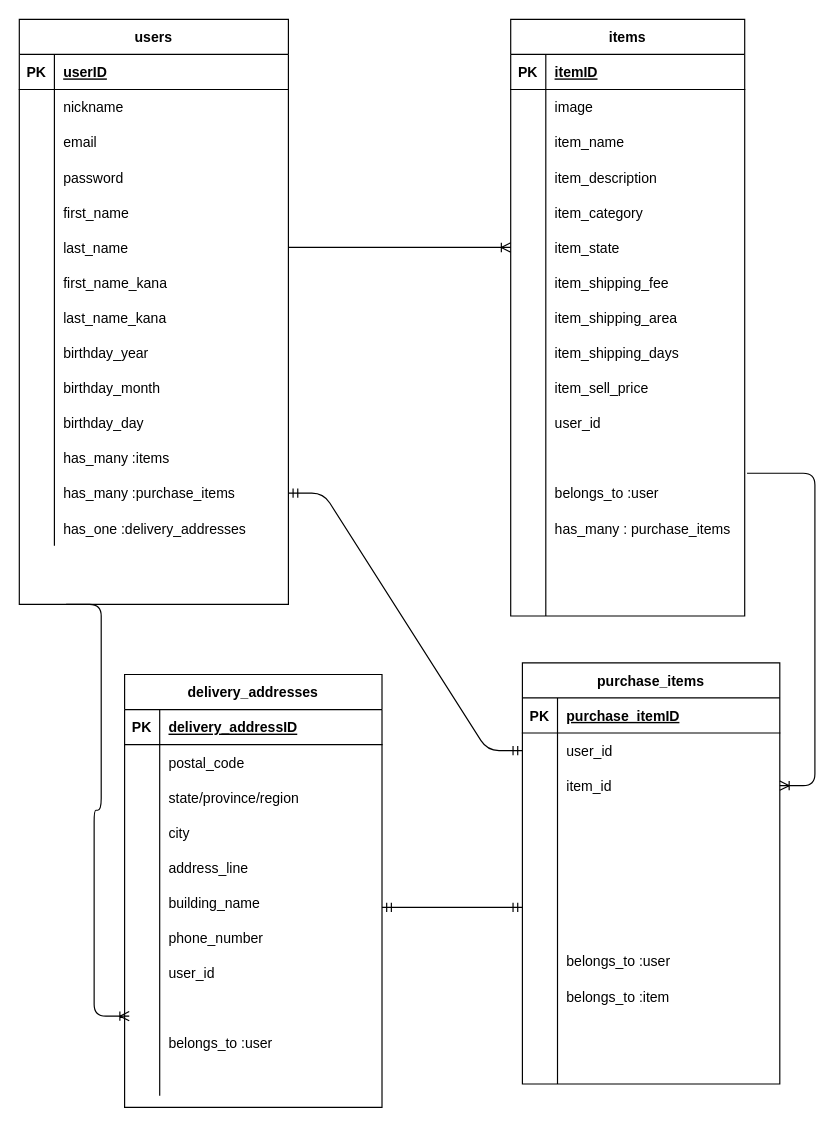
Above: er.dio in daimanabu/furima-32977 (draw.io), before the change. Source tidied: cells renumbered, new cells numbered last; positions are measured from the earlier drawing's top-left corner, leaving out a move shared by most shapes. Both pictures are drawn from the tidied source at 117%, with x=0, y=0 at pixel (19, 19).
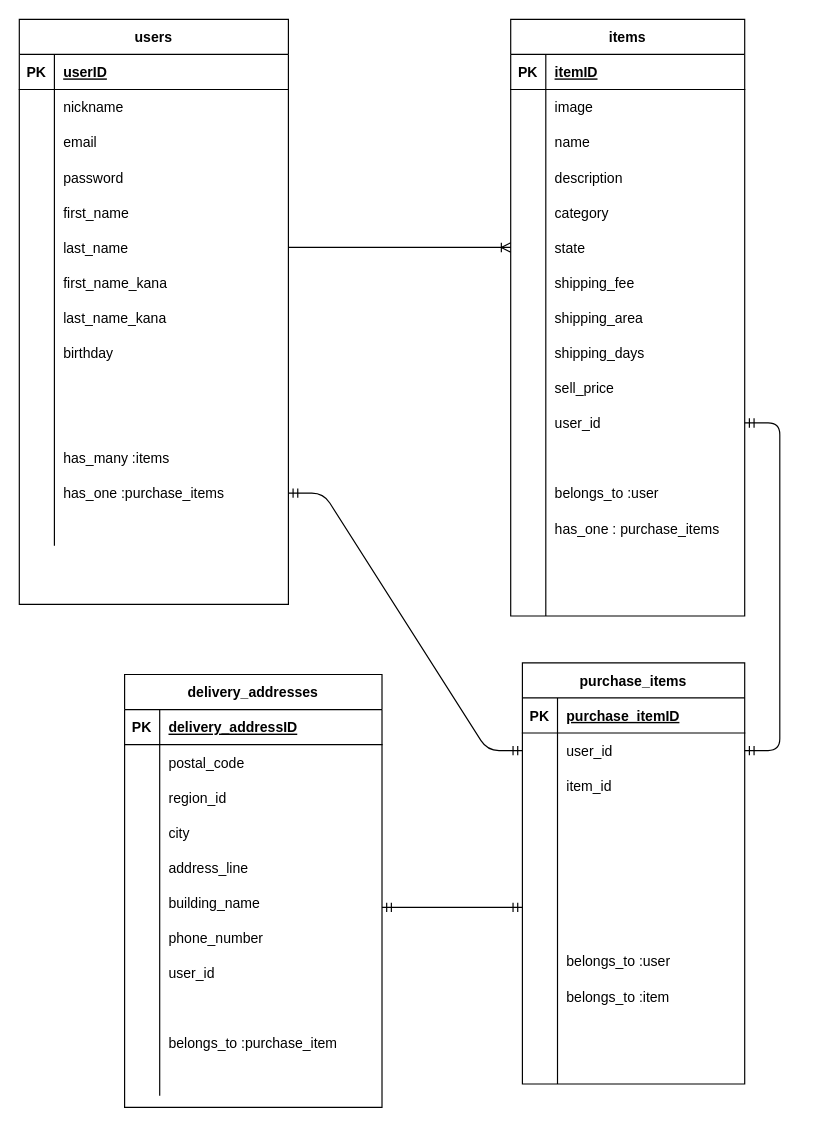
The same diagram, later.

Unchanged cells that the change refers to:
```xml
<mxCell id="27" style="shape=partialRectangle;fillColor=none;top=0;left=0;bottom=0;right=0;" parent="2" vertex="1">
  <mxGeometry y="270" width="230" height="30" as="geometry" />
</mxCell>
<mxCell id="30" style="shape=partialRectangle;fillColor=none;top=0;left=0;bottom=0;right=0;" parent="2" vertex="1">
  <mxGeometry y="300" width="230" height="30" as="geometry" />
</mxCell>
<mxCell id="33" style="shape=partialRectangle;fillColor=none;top=0;left=0;bottom=0;right=0;" parent="2" vertex="1">
  <mxGeometry y="330" width="230" height="30" as="geometry" />
</mxCell>
<mxCell id="39" style="shape=partialRectangle;fillColor=none;top=0;left=0;bottom=0;right=0;points=[[0,0.5],[1,0.5]];portConstraint=eastwest;" parent="2" vertex="1">
  <mxGeometry y="390" width="230" height="30" as="geometry" />
</mxCell>
<mxCell id="42" style="shape=partialRectangle;fillColor=none;top=0;left=0;bottom=0;right=0;" parent="2" vertex="1">
  <mxGeometry y="420" width="230" height="30" as="geometry" />
</mxCell>
<mxCell id="52" style="shape=partialRectangle;fillColor=none;top=0;left=0;bottom=0;right=0;" parent="45" vertex="1">
  <mxGeometry y="90" width="200" height="30" as="geometry" />
</mxCell>
<mxCell id="55" style="shape=partialRectangle;fillColor=none;top=0;left=0;bottom=0;right=0;" parent="45" vertex="1">
  <mxGeometry y="120" width="200" height="30" as="geometry" />
</mxCell>
<mxCell id="58" style="shape=partialRectangle;fillColor=none;top=0;left=0;bottom=0;right=0;" parent="45" vertex="1">
  <mxGeometry y="150" width="200" height="30" as="geometry" />
</mxCell>
<mxCell id="61" style="shape=partialRectangle;fillColor=none;top=0;left=0;bottom=0;right=0;points=[[0,0.5],[1,0.5]];portConstraint=eastwest;" parent="45" vertex="1">
  <mxGeometry y="180" width="200" height="30" as="geometry" />
</mxCell>
<mxCell id="64" style="shape=partialRectangle;fillColor=none;top=0;left=0;bottom=0;right=0;" parent="45" vertex="1">
  <mxGeometry y="210" width="200" height="30" as="geometry" />
</mxCell>
<mxCell id="67" style="shape=partialRectangle;fillColor=none;top=0;left=0;bottom=0;right=0;" parent="45" vertex="1">
  <mxGeometry y="240" width="200" height="30" as="geometry" />
</mxCell>
<mxCell id="70" style="shape=partialRectangle;fillColor=none;top=0;left=0;bottom=0;right=0;" parent="45" vertex="1">
  <mxGeometry y="270" width="200" height="30" as="geometry" />
</mxCell>
<mxCell id="73" style="shape=partialRectangle;fillColor=none;top=0;left=0;bottom=0;right=0;" parent="45" vertex="1">
  <mxGeometry y="300" width="200" height="30" as="geometry" />
</mxCell>
<mxCell id="76" style="shape=partialRectangle;fillColor=none;top=0;left=0;bottom=0;right=0;points=[[0,0.5],[1,0.5]];portConstraint=eastwest;" parent="45" vertex="1">
  <mxGeometry y="330" width="200" height="30" as="geometry" />
</mxCell>
<mxCell id="82" style="shape=partialRectangle;fillColor=none;top=0;left=0;bottom=0;right=0;points=[[0,0.5],[1,0.5]];portConstraint=eastwest;" parent="45" vertex="1">
  <mxGeometry y="390" width="200" height="30" as="geometry" />
</mxCell>
<mxCell id="85" style="shape=partialRectangle;fillColor=none;top=0;left=0;bottom=0;right=0;" parent="45" vertex="1">
  <mxGeometry y="420" width="200" height="30" as="geometry" />
</mxCell>
<mxCell id="135" style="shape=partialRectangle;fillColor=none;top=0;left=0;bottom=0;right=0;" parent="128" vertex="1">
  <mxGeometry y="90" width="220" height="30" as="geometry" />
</mxCell>
<mxCell id="156" style="shape=partialRectangle;fillColor=none;top=0;left=0;bottom=0;right=0;points=[[0,0.5],[1,0.5]];portConstraint=eastwest;" parent="128" vertex="1">
  <mxGeometry y="300" width="220" height="30" as="geometry" />
</mxCell>
```

Change to the diagram source:
```diff
@@
-    <mxCell id="29" value="birthday_year" style="shape=partialRectangle;fillColor=none;top=0;left=0;bottom=0;right=0;align=left;spacingLeft=6;overflow=hidden;" parent="27" vertex="1">
+    <mxCell id="29" value="birthday" style="shape=partialRectangle;fillColor=none;top=0;left=0;bottom=0;right=0;align=left;spacingLeft=6;overflow=hidden;" parent="27" vertex="1">
       <mxGeometry x="30" width="200" height="30" as="geometry" />
     </mxCell>
@@
-    <mxCell id="32" value="birthday_month" style="shape=partialRectangle;fillColor=none;top=0;left=0;bottom=0;right=0;align=left;spacingLeft=6;overflow=hidden;" parent="30" vertex="1">
+    <mxCell id="32" style="shape=partialRectangle;fillColor=none;top=0;left=0;bottom=0;right=0;align=left;spacingLeft=6;overflow=hidden;" parent="30" vertex="1">
       <mxGeometry x="30" width="200" height="30" as="geometry" />
     </mxCell>
@@
-    <mxCell id="35" value="birthday_day" style="shape=partialRectangle;fillColor=none;top=0;left=0;bottom=0;right=0;align=left;spacingLeft=6;overflow=hidden;" parent="33" vertex="1">
+    <mxCell id="35" style="shape=partialRectangle;fillColor=none;top=0;left=0;bottom=0;right=0;align=left;spacingLeft=6;overflow=hidden;" parent="33" vertex="1">
       <mxGeometry x="30" width="200" height="30" as="geometry" />
     </mxCell>
@@
-    <mxCell id="41" value="has_many :purchase_items" style="shape=partialRectangle;fillColor=none;top=0;left=0;bottom=0;right=0;align=left;spacingLeft=6;overflow=hidden;" parent="39" vertex="1">
+    <mxCell id="41" value="has_one :purchase_items" style="shape=partialRectangle;fillColor=none;top=0;left=0;bottom=0;right=0;align=left;spacingLeft=6;overflow=hidden;" parent="39" vertex="1">
       <mxGeometry x="30" width="200" height="30" as="geometry" />
     </mxCell>
@@
-    <mxCell id="44" value="has_one :delivery_addresses" style="shape=partialRectangle;fillColor=none;top=0;left=0;bottom=0;right=0;align=left;spacingLeft=6;overflow=hidden;" parent="42" vertex="1">
+    <mxCell id="44" style="shape=partialRectangle;fillColor=none;top=0;left=0;bottom=0;right=0;align=left;spacingLeft=6;overflow=hidden;" parent="42" vertex="1">
       <mxGeometry x="30" width="200" height="30" as="geometry" />
     </mxCell>
@@
-    <mxCell id="54" value="item_name" style="shape=partialRectangle;fillColor=none;top=0;left=0;bottom=0;right=0;align=left;spacingLeft=6;overflow=hidden;" parent="52" vertex="1">
+    <mxCell id="54" value="name" style="shape=partialRectangle;fillColor=none;top=0;left=0;bottom=0;right=0;align=left;spacingLeft=6;overflow=hidden;" parent="52" vertex="1">
       <mxGeometry x="30" width="170" height="30" as="geometry" />
     </mxCell>
@@
-    <mxCell id="57" value="item_description" style="shape=partialRectangle;fillColor=none;top=0;left=0;bottom=0;right=0;align=left;spacingLeft=6;overflow=hidden;" parent="55" vertex="1">
+    <mxCell id="57" value="description" style="shape=partialRectangle;fillColor=none;top=0;left=0;bottom=0;right=0;align=left;spacingLeft=6;overflow=hidden;" parent="55" vertex="1">
       <mxGeometry x="30" width="170" height="30" as="geometry" />
     </mxCell>
@@
-    <mxCell id="60" value="item_category" style="shape=partialRectangle;fillColor=none;top=0;left=0;bottom=0;right=0;align=left;spacingLeft=6;overflow=hidden;" parent="58" vertex="1">
+    <mxCell id="60" value="category" style="shape=partialRectangle;fillColor=none;top=0;left=0;bottom=0;right=0;align=left;spacingLeft=6;overflow=hidden;" parent="58" vertex="1">
       <mxGeometry x="30" width="170" height="30" as="geometry" />
     </mxCell>
@@
-    <mxCell id="63" value="item_state" style="shape=partialRectangle;fillColor=none;top=0;left=0;bottom=0;right=0;align=left;spacingLeft=6;overflow=hidden;" parent="61" vertex="1">
+    <mxCell id="63" value="state" style="shape=partialRectangle;fillColor=none;top=0;left=0;bottom=0;right=0;align=left;spacingLeft=6;overflow=hidden;" parent="61" vertex="1">
       <mxGeometry x="30" width="170" height="30" as="geometry" />
     </mxCell>
@@
-    <mxCell id="66" value="item_shipping_fee" style="shape=partialRectangle;fillColor=none;top=0;left=0;bottom=0;right=0;align=left;spacingLeft=6;overflow=hidden;" parent="64" vertex="1">
+    <mxCell id="66" value="shipping_fee" style="shape=partialRectangle;fillColor=none;top=0;left=0;bottom=0;right=0;align=left;spacingLeft=6;overflow=hidden;" parent="64" vertex="1">
       <mxGeometry x="30" width="170" height="30" as="geometry" />
     </mxCell>
@@
-    <mxCell id="69" value="item_shipping_area" style="shape=partialRectangle;fillColor=none;top=0;left=0;bottom=0;right=0;align=left;spacingLeft=6;overflow=hidden;" parent="67" vertex="1">
+    <mxCell id="69" value="shipping_area" style="shape=partialRectangle;fillColor=none;top=0;left=0;bottom=0;right=0;align=left;spacingLeft=6;overflow=hidden;" parent="67" vertex="1">
       <mxGeometry x="30" width="170" height="30" as="geometry" />
     </mxCell>
@@
-    <mxCell id="72" value="item_shipping_days" style="shape=partialRectangle;fillColor=none;top=0;left=0;bottom=0;right=0;align=left;spacingLeft=6;overflow=hidden;" parent="70" vertex="1">
+    <mxCell id="72" value="shipping_days" style="shape=partialRectangle;fillColor=none;top=0;left=0;bottom=0;right=0;align=left;spacingLeft=6;overflow=hidden;" parent="70" vertex="1">
       <mxGeometry x="30" width="170" height="30" as="geometry" />
     </mxCell>
@@
-    <mxCell id="75" value="item_sell_price" style="shape=partialRectangle;fillColor=none;top=0;left=0;bottom=0;right=0;align=left;spacingLeft=6;overflow=hidden;" parent="73" vertex="1">
+    <mxCell id="75" value="sell_price" style="shape=partialRectangle;fillColor=none;top=0;left=0;bottom=0;right=0;align=left;spacingLeft=6;overflow=hidden;" parent="73" vertex="1">
       <mxGeometry x="30" width="170" height="30" as="geometry" />
     </mxCell>
@@
-    <mxCell id="87" value="has_many : purchase_items" style="shape=partialRectangle;fillColor=none;top=0;left=0;bottom=0;right=0;align=left;spacingLeft=6;overflow=hidden;" parent="85" vertex="1">
+    <mxCell id="87" value="has_one : purchase_items" style="shape=partialRectangle;fillColor=none;top=0;left=0;bottom=0;right=0;align=left;spacingLeft=6;overflow=hidden;" parent="85" vertex="1">
       <mxGeometry x="30" width="170" height="30" as="geometry" />
     </mxCell>
@@
     <mxCell id="94" value="purchase_items" style="shape=table;startSize=30;childLayout=tableLayout;rowLines=0;fontStyle=1;align=center;" parent="1" vertex="1">
-      <mxGeometry x="430" y="550" width="220" height="360" as="geometry" />
+      <mxGeometry x="430" y="550" width="190" height="360" as="geometry" />
     </mxCell>
     <mxCell id="95" style="shape=partialRectangle;fillColor=none;top=0;left=0;bottom=1;right=0;" parent="94" vertex="1">
-      <mxGeometry y="30" width="220" height="30" as="geometry" />
+      <mxGeometry y="30" width="190" height="30" as="geometry" />
     </mxCell>
@@
     <mxCell id="97" value="purchase_itemID" style="shape=partialRectangle;fillColor=none;top=0;left=0;bottom=0;right=0;align=left;spacingLeft=6;fontStyle=5;overflow=hidden;" parent="95" vertex="1">
-      <mxGeometry x="30" width="190" height="30" as="geometry" />
+      <mxGeometry x="30" width="160" height="30" as="geometry" />
     </mxCell>
     <mxCell id="98" style="shape=partialRectangle;fillColor=none;top=0;left=0;bottom=0;right=0;points=[[0,0.5],[1,0.5]];portConstraint=eastwest;" parent="94" vertex="1">
-      <mxGeometry y="60" width="220" height="30" as="geometry" />
+      <mxGeometry y="60" width="190" height="30" as="geometry" />
     </mxCell>
@@
     <mxCell id="100" value="user_id" style="shape=partialRectangle;fillColor=none;top=0;left=0;bottom=0;right=0;align=left;spacingLeft=6;overflow=hidden;" parent="98" vertex="1">
-      <mxGeometry x="30" width="190" height="30" as="geometry" />
+      <mxGeometry x="30" width="160" height="30" as="geometry" />
     </mxCell>
     <mxCell id="101" style="shape=partialRectangle;fillColor=none;top=0;left=0;bottom=0;right=0;points=[[0,0.5],[1,0.5]];portConstraint=eastwest;" parent="94" vertex="1">
-      <mxGeometry y="90" width="220" height="30" as="geometry" />
+      <mxGeometry y="90" width="190" height="30" as="geometry" />
     </mxCell>
@@
     <mxCell id="103" value="item_id" style="shape=partialRectangle;fillColor=none;top=0;left=0;bottom=0;right=0;align=left;spacingLeft=6;overflow=hidden;" parent="101" vertex="1">
-      <mxGeometry x="30" width="190" height="30" as="geometry" />
+      <mxGeometry x="30" width="160" height="30" as="geometry" />
     </mxCell>
     <mxCell id="104" style="shape=partialRectangle;fillColor=none;top=0;left=0;bottom=0;right=0;" parent="94" vertex="1">
-      <mxGeometry y="120" width="220" height="30" as="geometry" />
+      <mxGeometry y="120" width="190" height="30" as="geometry" />
     </mxCell>
@@
     <mxCell id="106" style="shape=partialRectangle;fillColor=none;top=0;left=0;bottom=0;right=0;align=left;spacingLeft=6;overflow=hidden;" parent="104" vertex="1">
-      <mxGeometry x="30" width="190" height="30" as="geometry" />
+      <mxGeometry x="30" width="160" height="30" as="geometry" />
     </mxCell>
     <mxCell id="107" style="shape=partialRectangle;fillColor=none;top=0;left=0;bottom=0;right=0;" parent="94" vertex="1">
-      <mxGeometry y="150" width="220" height="30" as="geometry" />
+      <mxGeometry y="150" width="190" height="30" as="geometry" />
     </mxCell>
@@
     <mxCell id="109" style="shape=partialRectangle;fillColor=none;top=0;left=0;bottom=0;right=0;align=left;spacingLeft=6;overflow=hidden;" parent="107" vertex="1">
-      <mxGeometry x="30" width="190" height="30" as="geometry" />
+      <mxGeometry x="30" width="160" height="30" as="geometry" />
     </mxCell>
     <mxCell id="110" style="shape=partialRectangle;fillColor=none;top=0;left=0;bottom=0;right=0;" parent="94" vertex="1">
-      <mxGeometry y="180" width="220" height="30" as="geometry" />
+      <mxGeometry y="180" width="190" height="30" as="geometry" />
     </mxCell>
@@
     <mxCell id="112" style="shape=partialRectangle;fillColor=none;top=0;left=0;bottom=0;right=0;align=left;spacingLeft=6;overflow=hidden;" parent="110" vertex="1">
-      <mxGeometry x="30" width="190" height="30" as="geometry" />
+      <mxGeometry x="30" width="160" height="30" as="geometry" />
     </mxCell>
     <mxCell id="113" style="shape=partialRectangle;fillColor=none;top=0;left=0;bottom=0;right=0;" parent="94" vertex="1">
-      <mxGeometry y="210" width="220" height="30" as="geometry" />
+      <mxGeometry y="210" width="190" height="30" as="geometry" />
     </mxCell>
@@
     <mxCell id="115" style="shape=partialRectangle;fillColor=none;top=0;left=0;bottom=0;right=0;align=left;spacingLeft=6;overflow=hidden;" parent="113" vertex="1">
-      <mxGeometry x="30" width="190" height="30" as="geometry" />
+      <mxGeometry x="30" width="160" height="30" as="geometry" />
     </mxCell>
     <mxCell id="116" style="shape=partialRectangle;fillColor=none;top=0;left=0;bottom=0;right=0;" parent="94" vertex="1">
-      <mxGeometry y="240" width="220" height="30" as="geometry" />
+      <mxGeometry y="240" width="190" height="30" as="geometry" />
     </mxCell>
@@
     <mxCell id="118" value="belongs_to :user" style="shape=partialRectangle;fillColor=none;top=0;left=0;bottom=0;right=0;align=left;spacingLeft=6;overflow=hidden;" parent="116" vertex="1">
-      <mxGeometry x="30" width="190" height="30" as="geometry" />
+      <mxGeometry x="30" width="160" height="30" as="geometry" />
     </mxCell>
     <mxCell id="119" style="shape=partialRectangle;fillColor=none;top=0;left=0;bottom=0;right=0;" parent="94" vertex="1">
-      <mxGeometry y="270" width="220" height="30" as="geometry" />
+      <mxGeometry y="270" width="190" height="30" as="geometry" />
     </mxCell>
@@
     <mxCell id="121" value="belongs_to :item" style="shape=partialRectangle;fillColor=none;top=0;left=0;bottom=0;right=0;align=left;spacingLeft=6;overflow=hidden;" parent="119" vertex="1">
-      <mxGeometry x="30" width="190" height="30" as="geometry" />
+      <mxGeometry x="30" width="160" height="30" as="geometry" />
     </mxCell>
     <mxCell id="122" style="shape=partialRectangle;fillColor=none;top=0;left=0;bottom=0;right=0;" parent="94" vertex="1">
-      <mxGeometry y="300" width="220" height="30" as="geometry" />
+      <mxGeometry y="300" width="190" height="30" as="geometry" />
     </mxCell>
@@
     <mxCell id="124" style="shape=partialRectangle;fillColor=none;top=0;left=0;bottom=0;right=0;align=left;spacingLeft=6;overflow=hidden;" parent="122" vertex="1">
-      <mxGeometry x="30" width="190" height="30" as="geometry" />
+      <mxGeometry x="30" width="160" height="30" as="geometry" />
     </mxCell>
     <mxCell id="125" style="shape=partialRectangle;fillColor=none;top=0;left=0;bottom=0;right=0;" parent="94" vertex="1">
-      <mxGeometry y="330" width="220" height="30" as="geometry" />
+      <mxGeometry y="330" width="190" height="30" as="geometry" />
     </mxCell>
@@
     <mxCell id="127" style="shape=partialRectangle;fillColor=none;top=0;left=0;bottom=0;right=0;align=left;spacingLeft=6;overflow=hidden;" parent="125" vertex="1">
-      <mxGeometry x="30" width="190" height="30" as="geometry" />
+      <mxGeometry x="30" width="160" height="30" as="geometry" />
     </mxCell>
@@
-    <mxCell id="137" value="state/province/region" style="shape=partialRectangle;fillColor=none;top=0;left=0;bottom=0;right=0;align=left;spacingLeft=6;overflow=hidden;" parent="135" vertex="1">
+    <mxCell id="137" value="region_id" style="shape=partialRectangle;fillColor=none;top=0;left=0;bottom=0;right=0;align=left;spacingLeft=6;overflow=hidden;" parent="135" vertex="1">
       <mxGeometry x="30" width="190" height="30" as="geometry" />
     </mxCell>
@@
-    <mxCell id="158" value="belongs_to :user" style="shape=partialRectangle;fillColor=none;top=0;left=0;bottom=0;right=0;align=left;spacingLeft=6;overflow=hidden;" parent="156" vertex="1">
+    <mxCell id="158" value="belongs_to :purchase_item" style="shape=partialRectangle;fillColor=none;top=0;left=0;bottom=0;right=0;align=left;spacingLeft=6;overflow=hidden;" parent="156" vertex="1">
       <mxGeometry x="30" width="190" height="30" as="geometry" />
     </mxCell>
@@
-    <mxCell id="163" style="edgeStyle=entityRelationEdgeStyle;fontSize=12;html=1;endArrow=ERoneToMany;exitX=1.01;exitY=-0.067;exitDx=0;exitDy=0;exitPerimeter=0;" parent="1" edge="1" source="82" target="101">
-      <mxGeometry relative="1" as="geometry" />
-    </mxCell>
-    <mxCell id="164" style="edgeStyle=entityRelationEdgeStyle;fontSize=12;html=1;endArrow=ERoneToMany;entryX=0.018;entryY=-0.267;entryDx=0;entryDy=0;entryPerimeter=0;" parent="1" edge="1" target="156">
-      <mxGeometry relative="1" as="geometry">
-        <mxPoint x="40" y="500" as="sourcePoint" />
-      </mxGeometry>
-    </mxCell>
@@
+    <mxCell id="167" style="edgeStyle=entityRelationEdgeStyle;fontSize=12;html=1;endArrow=ERmandOne;startArrow=ERmandOne;exitX=1;exitY=0.5;exitDx=0;exitDy=0;" parent="1" edge="1" source="98" target="76">
+      <mxGeometry relative="1" as="geometry" />
+    </mxCell>
```
